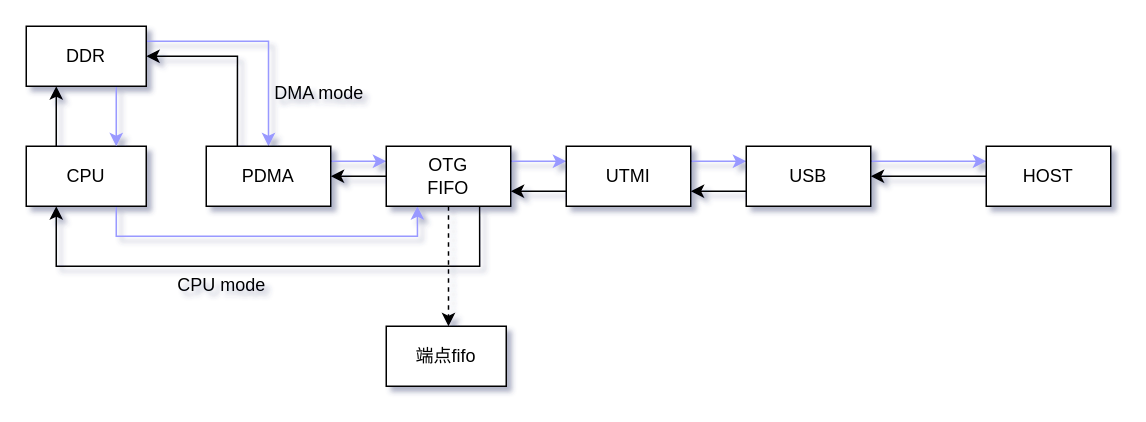
The draw.io diagram page "第 5 页" (5 of 7) of USB 控制器与 phy.drawio in Vinson-001/Blog-flow-chart, before the edit. Source tidied: cells renumbered, new cells numbered last; positions are measured from the earlier drawing's top-left corner, leaving out a move shared by most shapes. Both pictures are drawn from the tidied source at 150%, with x=0, y=0 at pixel (26, 26).
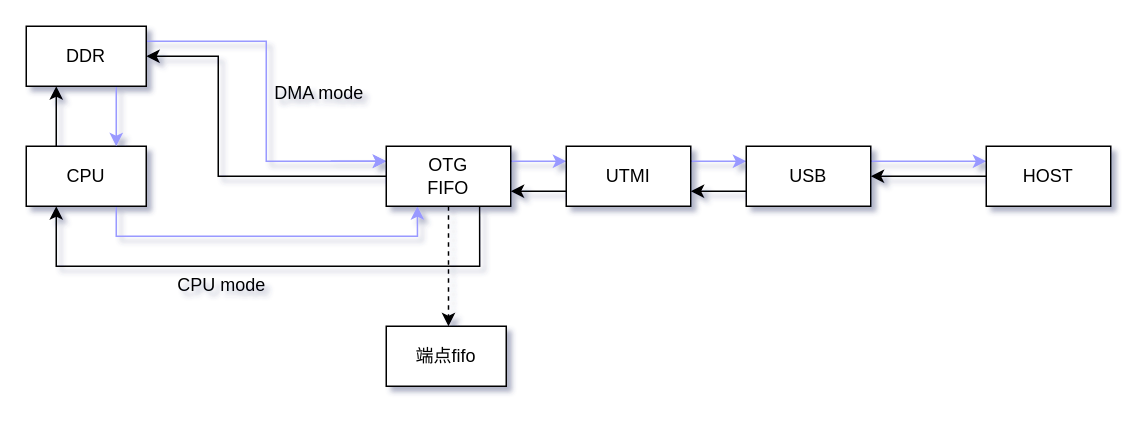
The same page after the edit.

The change refers to these unchanged cells:
```xml
<mxCell id="7" value="DDR" style="rounded=0;whiteSpace=wrap;html=1;" parent="1" vertex="1">
  <mxGeometry width="80" height="40" as="geometry" />
</mxCell>
<mxCell id="15" value="OTG&lt;br&gt;FIFO" style="rounded=0;whiteSpace=wrap;html=1;" parent="1" vertex="1">
  <mxGeometry x="240" y="80" width="83" height="40" as="geometry" />
</mxCell>
```

Diff of the diagram source:
```diff
@@
-    <mxCell id="6" style="edgeStyle=orthogonalEdgeStyle;rounded=0;jettySize=auto;html=1;exitX=1;exitY=0.25;exitDx=0;exitDy=0;strokeColor=#9999FF;" parent="1" edge="1" source="7" target="10">
+    <mxCell id="6" style="edgeStyle=orthogonalEdgeStyle;rounded=0;jettySize=auto;html=1;exitX=1;exitY=0.25;exitDx=0;exitDy=0;strokeColor=#9999FF;entryX=0;entryY=0.25;entryDx=0;entryDy=0;" parent="1" edge="1" source="7" target="15">
       <mxGeometry relative="1" as="geometry" />
     </mxCell>
@@
-    <mxCell id="8" style="edgeStyle=orthogonalEdgeStyle;rounded=0;jettySize=auto;html=1;exitX=0.25;exitY=0;exitDx=0;exitDy=0;entryX=1;entryY=0.5;entryDx=0;entryDy=0;" parent="1" edge="1" source="10" target="7">
-      <mxGeometry relative="1" as="geometry" />
+    <mxCell id="8" style="edgeStyle=orthogonalEdgeStyle;rounded=0;jettySize=auto;html=1;exitX=0;exitY=0.5;exitDx=0;exitDy=0;entryX=1;entryY=0.5;entryDx=0;entryDy=0;" parent="1" edge="1" source="15" target="7">
+      <mxGeometry relative="1" as="geometry">
+        <Array as="points">
+          <mxPoint x="128" y="100" />
+          <mxPoint x="128" y="20" />
+        </Array>
+      </mxGeometry>
     </mxCell>
-    <mxCell id="9" style="edgeStyle=orthogonalEdgeStyle;rounded=0;jettySize=auto;html=1;exitX=1;exitY=0.25;exitDx=0;exitDy=0;entryX=0;entryY=0.25;entryDx=0;entryDy=0;strokeColor=#9999FF;" parent="1" edge="1" source="10" target="15">
-      <mxGeometry relative="1" as="geometry" />
+    <mxCell id="9" style="edgeStyle=orthogonalEdgeStyle;rounded=0;jettySize=auto;html=1;exitX=1;exitY=0.25;exitDx=0;exitDy=0;entryX=0;entryY=0.25;entryDx=0;entryDy=0;strokeColor=#9999FF;" parent="1" edge="1" target="15">
+      <mxGeometry relative="1" as="geometry">
+        <mxPoint x="203" y="90" as="sourcePoint" />
+      </mxGeometry>
     </mxCell>
-    <mxCell id="10" value="PDMA" style="rounded=0;whiteSpace=wrap;html=1;" parent="1" vertex="1">
-      <mxGeometry x="120" y="80" width="83" height="40" as="geometry" />
-    </mxCell>
-    <mxCell id="11" style="edgeStyle=orthogonalEdgeStyle;rounded=0;jettySize=auto;html=1;exitX=0;exitY=0.5;exitDx=0;exitDy=0;entryX=1;entryY=0.5;entryDx=0;entryDy=0;" parent="1" edge="1" source="15" target="10">
-      <mxGeometry relative="1" as="geometry" />
-    </mxCell>
```
